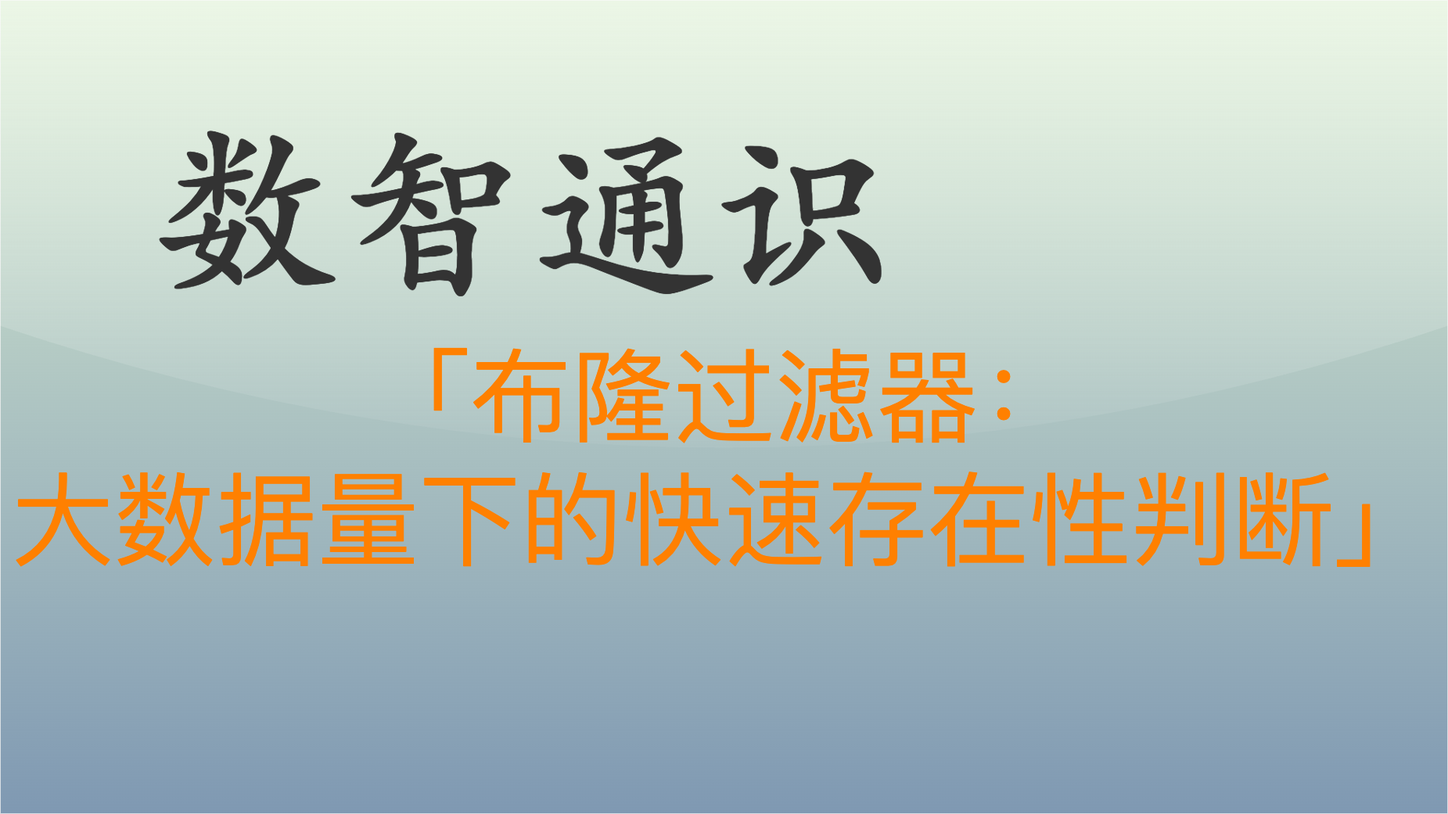
ThreeFish-AI/threefish-ai.github.io keeps this draw.io diagram as articles/general/the-essence-of-computing/assets/布隆过滤器：大数据量下的快速存在性判断.drawio.png. Above is the earlier version. Source tidied: cells renumbered, new cells last; positions are measured from the earlier drawing's top-left corner, leaving out a move shared by most shapes.
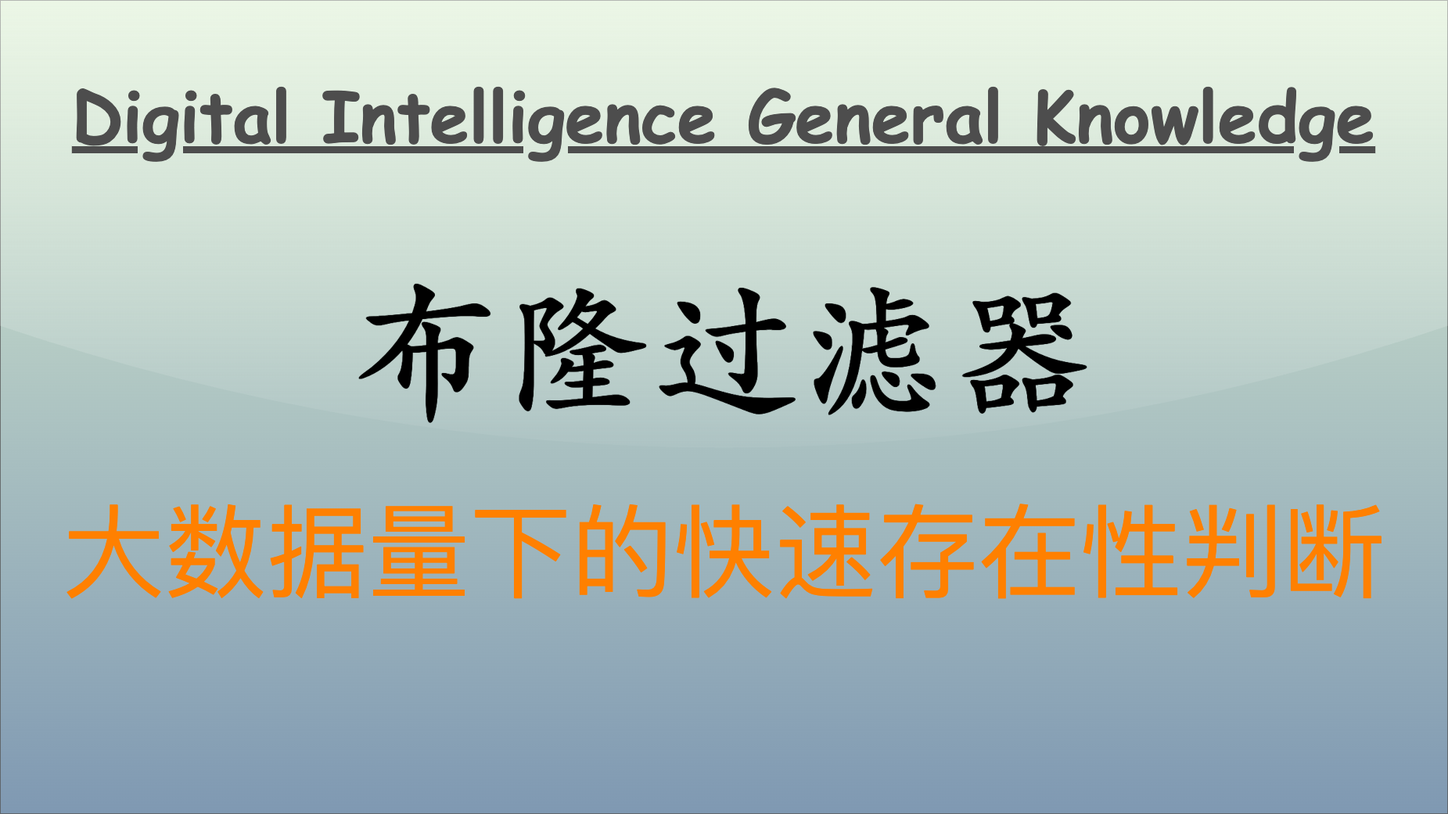
After the change.

Diff of the diagram source:
```diff
@@ -5,11 +5,14 @@
     <mxCell id="2" style="rounded=0;whiteSpace=wrap;html=1;spacingLeft=470;opacity=50;textOpacity=50;gradientColor=#003366;fillColor=#B9E0A5;glass=1;shadow=0;" parent="1" vertex="1">
       <mxGeometry width="1850" height="1040" as="geometry" />
     </mxCell>
-    <mxCell id="3" value="&lt;font color=&quot;#333333&quot; size=&quot;1&quot; style=&quot;&quot;&gt;&lt;b style=&quot;font-size: 240px;&quot;&gt;数智通识&lt;/b&gt;&lt;/font&gt;" style="text;html=1;align=left;verticalAlign=middle;strokeColor=none;fillColor=none;fontColor=default;fontFamily=Kaiti SC;" parent="1" vertex="1">
-      <mxGeometry x="190" y="110" width="980" height="300" as="geometry" />
-    </mxCell>
-    <mxCell id="4" value="&lt;span style=&quot;font-family: 宋体; text-align: left; font-size: 130px;&quot;&gt;&lt;font color=&quot;#ff8000&quot; style=&quot;font-size: 130px;&quot;&gt;「布隆过滤器：&lt;/font&gt;&lt;/span&gt;&lt;div&gt;&lt;span style=&quot;font-family: 宋体; text-align: left; font-size: 130px;&quot;&gt;&lt;font color=&quot;#ff8000&quot; style=&quot;font-size: 130px;&quot;&gt;大数据量下的快速存在性判断&lt;/font&gt;&lt;/span&gt;&lt;span style=&quot;font-family: 宋体; text-align: left; font-size: 130px;&quot;&gt;&lt;font color=&quot;#ff8000&quot; style=&quot;font-size: 130px;&quot;&gt;」&lt;/font&gt;&lt;/span&gt;&lt;/div&gt;" style="text;html=1;align=center;verticalAlign=middle;strokeColor=none;fillColor=none;fontSize=130;fontColor=default;" parent="1" vertex="1">
-      <mxGeometry x="5" y="420" width="1840" height="330" as="geometry" />
+    <mxCell id="4" value="&lt;span style=&quot;font-family: 宋体; text-align: left; background-color: initial;&quot;&gt;&lt;font color=&quot;#ff8000&quot;&gt;大数据量下的快速存在性判断&lt;/font&gt;&lt;/span&gt;" style="text;html=1;align=center;verticalAlign=middle;strokeColor=none;fillColor=none;fontSize=130;fontColor=default;" parent="1" vertex="1">
+      <mxGeometry x="70" y="620" width="1710" height="170" as="geometry" />
     </mxCell>
+    <mxCell id="5" value="Digital Intelligence General Knowledge" style="text;align=center;verticalAlign=top;strokeColor=none;fillColor=none;fontColor=#4D4D4D;fontFamily=Comic Sans MS;rotation=0;rounded=0;labelBackgroundColor=none;labelBorderColor=none;gradientColor=#B3B3B3;textShadow=0;fontSize=90;fontStyle=5;" parent="1" vertex="1">
+      <mxGeometry x="80" y="86" width="1690" height="120" as="geometry" />
+    </mxCell>
+    <mxCell id="6" value="&lt;font size=&quot;1&quot; style=&quot;&quot;&gt;&lt;b style=&quot;&quot;&gt;&lt;span style=&quot;font-size: 190px;&quot;&gt;布隆过滤器&lt;/span&gt;&lt;/b&gt;&lt;/font&gt;" style="text;html=1;align=center;verticalAlign=middle;strokeColor=none;fillColor=none;fontColor=#000000;fontFamily=Kaiti SC;" parent="1" vertex="1">
+      <mxGeometry x="440" y="320" width="970" height="240" as="geometry" />
+    </mxCell>
   </root>
 </mxGraphModel>
```
